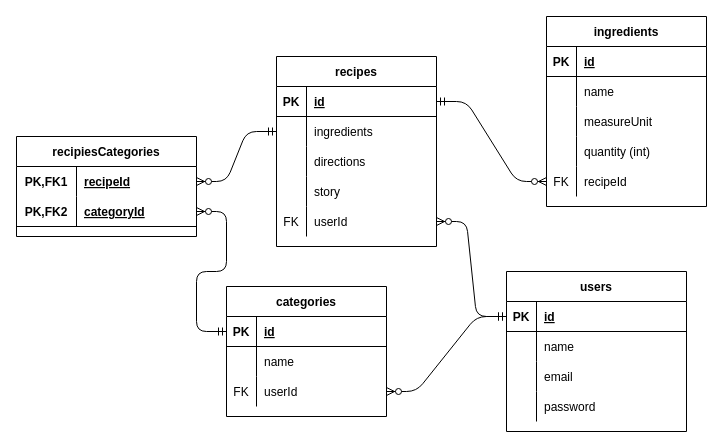
The draw.io diagram ERD.drawio in mitchdmarino/Simplifry, before the edit. Source tidied: cells renumbered, new cells numbered last; positions are measured from the earlier drawing's top-left corner, leaving out a move shared by most shapes. Both pictures are drawn from the tidied source at 100%, with x=0, y=0 at pixel (16, 16).
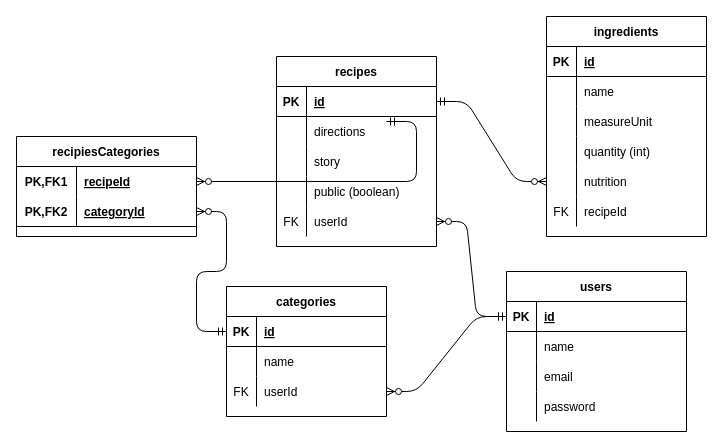
After the change.

Unchanged cells that the change refers to:
```xml
<mxCell id="16" value="recipes" style="shape=table;startSize=30;childLayout=tableLayout;rowLines=0;fontStyle=1;align=center;" parent="1" vertex="1">
  <mxGeometry x="260" y="40" width="160" height="190" as="geometry" />
</mxCell>
<mxCell id="33" style="shape=partialRectangle;fillColor=none;top=0;left=0;bottom=0;right=0;points=[[0,0.5],[1,0.5]];portConstraint=eastwest;" parent="32" vertex="1">
  <mxGeometry y="30" width="180" height="30" as="geometry" />
</mxCell>
<mxCell id="65" style="shape=partialRectangle;fillColor=none;top=0;left=0;bottom=0;right=0;points=[[0,0.5],[1,0.5]];portConstraint=eastwest;" parent="52" vertex="1">
  <mxGeometry y="150" width="160" height="30" as="geometry" />
</mxCell>
```

The edit, as a diff of the source:
```diff
@@
-    <mxCell id="20" style="shape=partialRectangle;fillColor=none;top=0;left=0;bottom=0;right=0;points=[[0,0.5],[1,0.5]];portConstraint=eastwest;" parent="16" vertex="1">
-      <mxGeometry y="60" width="160" height="30" as="geometry" />
-    </mxCell>
-    <mxCell id="21" style="shape=partialRectangle;fillColor=none;top=0;left=0;bottom=0;right=0;overflow=hidden;" parent="20" vertex="1">
-      <mxGeometry width="30" height="30" as="geometry" />
-    </mxCell>
-    <mxCell id="22" value="ingredients" style="shape=partialRectangle;fillColor=none;top=0;left=0;bottom=0;right=0;align=left;spacingLeft=6;overflow=hidden;" parent="20" vertex="1">
-      <mxGeometry x="30" width="130" height="30" as="geometry" />
-    </mxCell>
     <mxCell id="23" style="shape=partialRectangle;fillColor=none;top=0;left=0;bottom=0;right=0;" parent="16" vertex="1">
-      <mxGeometry y="90" width="160" height="30" as="geometry" />
+      <mxGeometry y="60" width="160" height="30" as="geometry" />
     </mxCell>
@@
     <mxCell id="26" style="shape=partialRectangle;fillColor=none;top=0;left=0;bottom=0;right=0;" parent="16" vertex="1">
-      <mxGeometry y="120" width="160" height="30" as="geometry" />
+      <mxGeometry y="90" width="160" height="30" as="geometry" />
     </mxCell>
@@
+    <mxCell id="69" style="shape=partialRectangle;fillColor=none;top=0;left=0;bottom=0;right=0;" parent="16" vertex="1">
+      <mxGeometry y="120" width="160" height="30" as="geometry" />
+    </mxCell>
+    <mxCell id="21" style="shape=partialRectangle;fillColor=none;top=0;left=0;bottom=0;right=0;overflow=hidden;" parent="69" vertex="1">
+      <mxGeometry width="30" height="30" as="geometry" />
+    </mxCell>
+    <mxCell id="70" value="public (boolean)" style="shape=partialRectangle;fillColor=none;top=0;left=0;bottom=0;right=0;align=left;spacingLeft=6;overflow=hidden;" parent="69" vertex="1">
+      <mxGeometry x="30" width="130" height="30" as="geometry" />
+    </mxCell>
@@
-    <mxCell id="50" style="edgeStyle=entityRelationEdgeStyle;fontSize=12;html=1;endArrow=ERzeroToMany;startArrow=ERmandOne;exitX=0;exitY=0.5;exitDx=0;exitDy=0;entryX=1;entryY=0.5;entryDx=0;entryDy=0;" parent="1" edge="1" source="20" target="33">
-      <mxGeometry relative="1" as="geometry" />
+    <mxCell id="50" style="edgeStyle=entityRelationEdgeStyle;fontSize=12;html=1;endArrow=ERzeroToMany;startArrow=ERmandOne;exitX=0;exitY=0.5;exitDx=0;exitDy=0;entryX=1;entryY=0.5;entryDx=0;entryDy=0;" parent="1" edge="1" target="33">
+      <mxGeometry relative="1" as="geometry">
+        <mxPoint x="370" y="105" as="sourcePoint" />
+      </mxGeometry>
     </mxCell>
@@
     <mxCell id="52" value="ingredients" style="shape=table;startSize=30;childLayout=tableLayout;rowLines=0;fontStyle=1;align=center;" parent="1" vertex="1">
-      <mxGeometry x="530" width="160" height="190" as="geometry" />
+      <mxGeometry x="530" width="160" height="220" as="geometry" />
     </mxCell>
@@
-    <mxCell id="66" value="FK" style="shape=partialRectangle;fillColor=none;top=0;left=0;bottom=0;right=0;overflow=hidden;" parent="65" vertex="1">
+    <mxCell id="66" style="shape=partialRectangle;fillColor=none;top=0;left=0;bottom=0;right=0;overflow=hidden;" parent="65" vertex="1">
       <mxGeometry width="30" height="30" as="geometry" />
     </mxCell>
-    <mxCell id="67" value="recipeId" style="shape=partialRectangle;fillColor=none;top=0;left=0;bottom=0;right=0;align=left;spacingLeft=6;overflow=hidden;" parent="65" vertex="1">
+    <mxCell id="67" value="nutrition" style="shape=partialRectangle;fillColor=none;top=0;left=0;bottom=0;right=0;align=left;spacingLeft=6;overflow=hidden;" parent="65" vertex="1">
       <mxGeometry x="30" width="130" height="30" as="geometry" />
     </mxCell>
+    <mxCell id="71" style="shape=partialRectangle;fillColor=none;top=0;left=0;bottom=0;right=0;" parent="52" vertex="1">
+      <mxGeometry y="180" width="160" height="30" as="geometry" />
+    </mxCell>
+    <mxCell id="72" value="FK" style="shape=partialRectangle;fillColor=none;top=0;left=0;bottom=0;right=0;overflow=hidden;" parent="71" vertex="1">
+      <mxGeometry width="30" height="30" as="geometry" />
+    </mxCell>
+    <mxCell id="73" value="recipeId" style="shape=partialRectangle;fillColor=none;top=0;left=0;bottom=0;right=0;align=left;spacingLeft=6;overflow=hidden;" parent="71" vertex="1">
+      <mxGeometry x="30" width="130" height="30" as="geometry" />
+    </mxCell>
```
